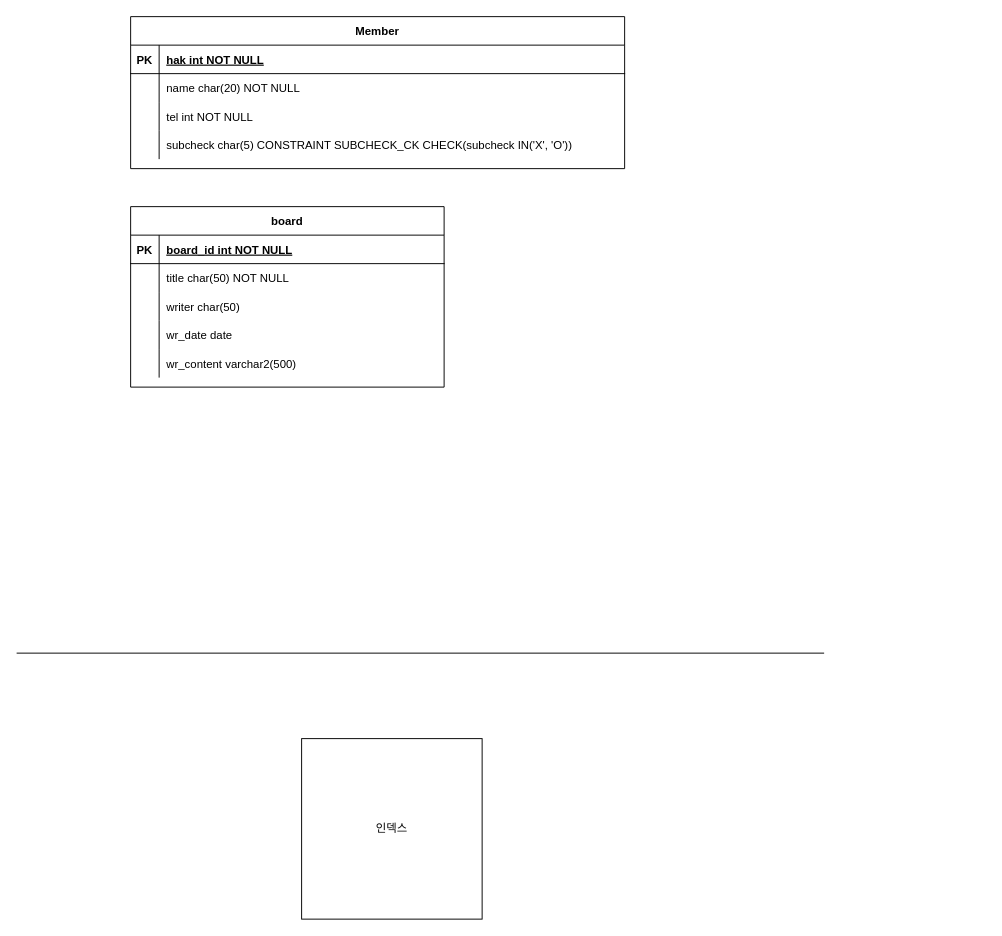
This is Untitled Diagram.drawio from riulwoo/Yuhan_Reference_Web_Reference, a draw.io file, before an edit. Source tidied: cells renumbered, new cells numbered last; positions are measured from the earlier drawing's top-left corner, leaving out a move shared by most shapes. Both pictures are drawn from the tidied source at 95%, with x=0, y=0 at pixel (16, 16).
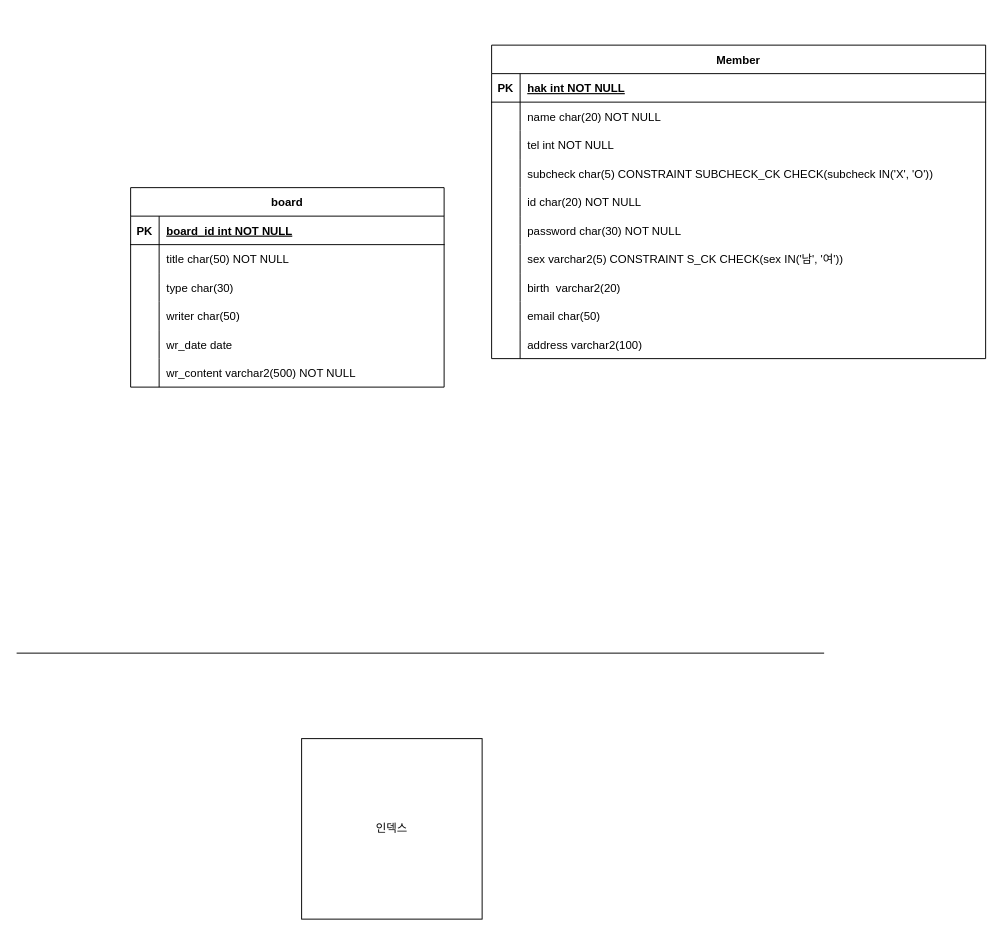
The same page after the edit.

What changed in the source:
```diff
@@
     <mxCell id="2" value="Member" style="shape=table;startSize=30;childLayout=tableLayout;rowLines=0;fontStyle=1;align=center;" parent="1" vertex="1">
-      <mxGeometry x="120" width="520" height="160" as="geometry" />
+      <mxGeometry x="500" y="30" width="520" height="330" as="geometry" />
     </mxCell>
@@
+    <mxCell id="33" style="shape=tableRow;horizontal=0;startSize=0;swimlaneHead=0;swimlaneBody=0;fillColor=none;top=0;left=0;right=0;bottom=0;" parent="2" vertex="1">
+      <mxGeometry y="150" width="520" height="30" as="geometry" />
+    </mxCell>
+    <mxCell id="34" style="shape=partialRectangle;overflow=hidden;fillColor=none;top=0;left=0;bottom=0;right=0;" parent="33" vertex="1">
+      <mxGeometry width="30" height="30" as="geometry" />
+    </mxCell>
+    <mxCell id="35" value="id char(20) NOT NULL" style="shape=partialRectangle;overflow=hidden;fillColor=none;align=left;top=0;left=0;bottom=0;right=0;spacingLeft=6;" parent="33" vertex="1">
+      <mxGeometry x="30" width="490" height="30" as="geometry" />
+    </mxCell>
+    <mxCell id="36" style="shape=tableRow;horizontal=0;startSize=0;swimlaneHead=0;swimlaneBody=0;fillColor=none;top=0;left=0;right=0;bottom=0;" parent="2" vertex="1">
+      <mxGeometry y="180" width="520" height="30" as="geometry" />
+    </mxCell>
+    <mxCell id="37" style="shape=partialRectangle;overflow=hidden;fillColor=none;top=0;left=0;bottom=0;right=0;" parent="36" vertex="1">
+      <mxGeometry width="30" height="30" as="geometry" />
+    </mxCell>
+    <mxCell id="38" value="password char(30) NOT NULL" style="shape=partialRectangle;overflow=hidden;fillColor=none;align=left;top=0;left=0;bottom=0;right=0;spacingLeft=6;" parent="36" vertex="1">
+      <mxGeometry x="30" width="490" height="30" as="geometry" />
+    </mxCell>
+    <mxCell id="39" style="shape=tableRow;horizontal=0;startSize=0;swimlaneHead=0;swimlaneBody=0;fillColor=none;top=0;left=0;right=0;bottom=0;" parent="2" vertex="1">
+      <mxGeometry y="210" width="520" height="30" as="geometry" />
+    </mxCell>
+    <mxCell id="40" style="shape=partialRectangle;overflow=hidden;fillColor=none;top=0;left=0;bottom=0;right=0;" parent="39" vertex="1">
+      <mxGeometry width="30" height="30" as="geometry" />
+    </mxCell>
+    <mxCell id="41" value="sex varchar2(5) CONSTRAINT S_CK CHECK(sex IN('남', '여'))" style="shape=partialRectangle;overflow=hidden;fillColor=none;align=left;top=0;left=0;bottom=0;right=0;spacingLeft=6;" parent="39" vertex="1">
+      <mxGeometry x="30" width="490" height="30" as="geometry" />
+    </mxCell>
+    <mxCell id="42" style="shape=tableRow;horizontal=0;startSize=0;swimlaneHead=0;swimlaneBody=0;fillColor=none;top=0;left=0;right=0;bottom=0;" parent="2" vertex="1">
+      <mxGeometry y="240" width="520" height="30" as="geometry" />
+    </mxCell>
+    <mxCell id="43" style="shape=partialRectangle;overflow=hidden;fillColor=none;top=0;left=0;bottom=0;right=0;" parent="42" vertex="1">
+      <mxGeometry width="30" height="30" as="geometry" />
+    </mxCell>
+    <mxCell id="44" value="birth  varchar2(20)" style="shape=partialRectangle;overflow=hidden;fillColor=none;align=left;top=0;left=0;bottom=0;right=0;spacingLeft=6;" parent="42" vertex="1">
+      <mxGeometry x="30" width="490" height="30" as="geometry" />
+    </mxCell>
+    <mxCell id="45" style="shape=tableRow;horizontal=0;startSize=0;swimlaneHead=0;swimlaneBody=0;fillColor=none;top=0;left=0;right=0;bottom=0;" parent="2" vertex="1">
+      <mxGeometry y="270" width="520" height="30" as="geometry" />
+    </mxCell>
+    <mxCell id="46" style="shape=partialRectangle;overflow=hidden;fillColor=none;top=0;left=0;bottom=0;right=0;" parent="45" vertex="1">
+      <mxGeometry width="30" height="30" as="geometry" />
+    </mxCell>
+    <mxCell id="47" value="email char(50)" style="shape=partialRectangle;overflow=hidden;fillColor=none;align=left;top=0;left=0;bottom=0;right=0;spacingLeft=6;" parent="45" vertex="1">
+      <mxGeometry x="30" width="490" height="30" as="geometry" />
+    </mxCell>
+    <mxCell id="48" style="shape=tableRow;horizontal=0;startSize=0;swimlaneHead=0;swimlaneBody=0;fillColor=none;top=0;left=0;right=0;bottom=0;" parent="2" vertex="1">
+      <mxGeometry y="300" width="520" height="30" as="geometry" />
+    </mxCell>
+    <mxCell id="49" style="shape=partialRectangle;overflow=hidden;fillColor=none;top=0;left=0;bottom=0;right=0;" parent="48" vertex="1">
+      <mxGeometry width="30" height="30" as="geometry" />
+    </mxCell>
+    <mxCell id="50" value="address varchar2(100)" style="shape=partialRectangle;overflow=hidden;fillColor=none;align=left;top=0;left=0;bottom=0;right=0;spacingLeft=6;" parent="48" vertex="1">
+      <mxGeometry x="30" width="490" height="30" as="geometry" />
+    </mxCell>
     <mxCell id="15" value="board" style="shape=table;startSize=30;childLayout=tableLayout;rowLines=0;fontStyle=1;align=center;" parent="1" vertex="1">
-      <mxGeometry x="120" y="200" width="330" height="190" as="geometry" />
+      <mxGeometry x="120" y="180" width="330" height="210" as="geometry" />
     </mxCell>
@@
+    <mxCell id="51" style="shape=tableRow;horizontal=0;startSize=0;swimlaneHead=0;swimlaneBody=0;fillColor=none;top=0;left=0;right=0;bottom=0;" parent="15" vertex="1">
+      <mxGeometry y="90" width="330" height="30" as="geometry" />
+    </mxCell>
+    <mxCell id="52" style="shape=partialRectangle;overflow=hidden;fillColor=none;top=0;left=0;bottom=0;right=0;" parent="51" vertex="1">
+      <mxGeometry width="30" height="30" as="geometry" />
+    </mxCell>
+    <mxCell id="53" value="type char(30)" style="shape=partialRectangle;overflow=hidden;fillColor=none;align=left;top=0;left=0;bottom=0;right=0;spacingLeft=6;" parent="51" vertex="1">
+      <mxGeometry x="30" width="300" height="30" as="geometry" />
+    </mxCell>
     <mxCell id="22" style="shape=tableRow;horizontal=0;startSize=0;swimlaneHead=0;swimlaneBody=0;fillColor=none;top=0;left=0;right=0;bottom=0;" parent="15" vertex="1">
-      <mxGeometry y="90" width="330" height="30" as="geometry" />
+      <mxGeometry y="120" width="330" height="30" as="geometry" />
     </mxCell>
@@
     <mxCell id="25" style="shape=tableRow;horizontal=0;startSize=0;swimlaneHead=0;swimlaneBody=0;fillColor=none;top=0;left=0;right=0;bottom=0;" parent="15" vertex="1">
-      <mxGeometry y="120" width="330" height="30" as="geometry" />
+      <mxGeometry y="150" width="330" height="30" as="geometry" />
     </mxCell>
@@
     <mxCell id="28" style="shape=tableRow;horizontal=0;startSize=0;swimlaneHead=0;swimlaneBody=0;fillColor=none;top=0;left=0;right=0;bottom=0;" parent="15" vertex="1">
-      <mxGeometry y="150" width="330" height="30" as="geometry" />
+      <mxGeometry y="180" width="330" height="30" as="geometry" />
     </mxCell>
@@
-    <mxCell id="30" value="wr_content varchar2(500)" style="shape=partialRectangle;overflow=hidden;fillColor=none;align=left;top=0;left=0;bottom=0;right=0;spacingLeft=6;" parent="28" vertex="1">
+    <mxCell id="30" value="wr_content varchar2(500) NOT NULL" style="shape=partialRectangle;overflow=hidden;fillColor=none;align=left;top=0;left=0;bottom=0;right=0;spacingLeft=6;" parent="28" vertex="1">
       <mxGeometry x="30" width="300" height="30" as="geometry" />
     </mxCell>
```
